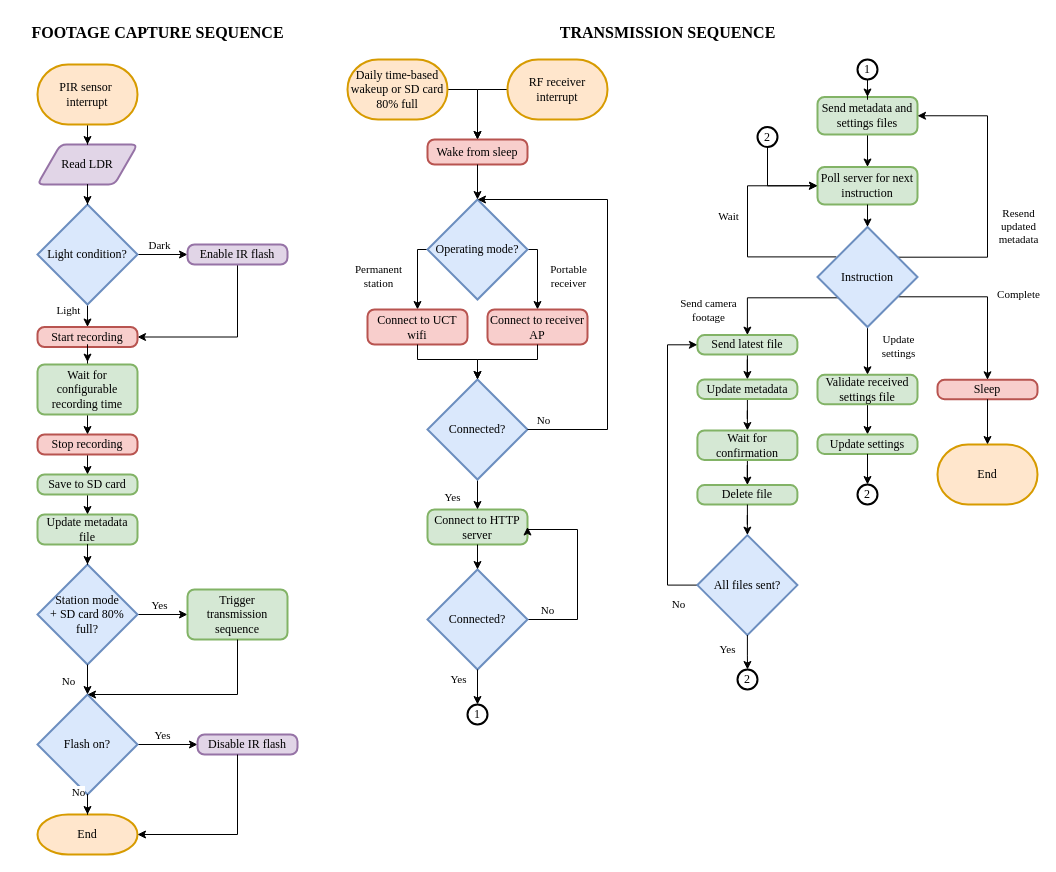
Before: final-report-drafts/robert/drawio/ESP-flow.drawio in rothdu/EEE4113F-Group13-2024, a draw.io diagram. Source tidied: cells renumbered, new cells numbered last; positions are measured from the earlier drawing's top-left corner, leaving out a move shared by most shapes. Both pictures are drawn from the tidied source at 100%, with x=0, y=0 at pixel (17, 17).
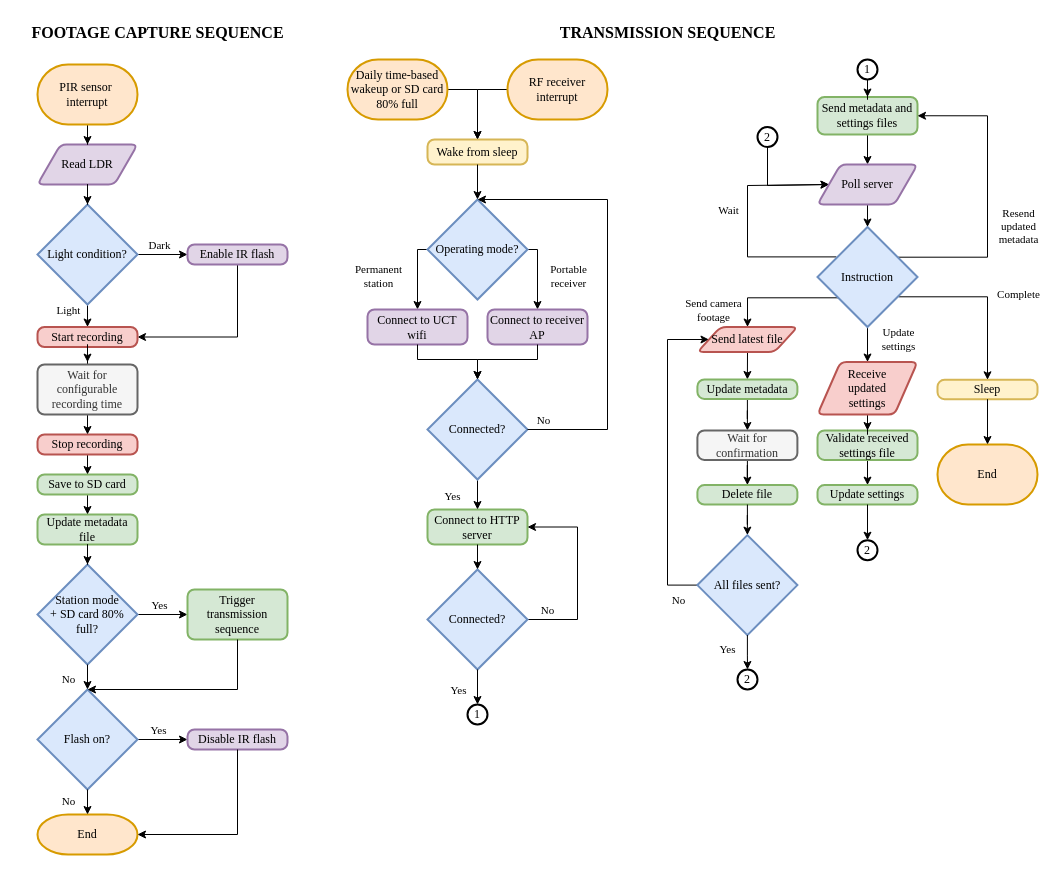
The same diagram, later.

The change refers to these unchanged cells:
```xml
<mxCell id="26" style="edgeStyle=orthogonalEdgeStyle;rounded=0;jettySize=auto;html=1;entryX=0.5;entryY=0;entryDx=0;entryDy=0;entryPerimeter=0;fontFamily=Times New Roman;" parent="1" edge="1" source="17" target="25">
  <mxGeometry relative="1" as="geometry" />
</mxCell>
<mxCell id="39" value="Connect to HTTP server" style="rounded=1;whiteSpace=wrap;html=1;absoluteArcSize=1;arcSize=14;strokeWidth=2;fillColor=#d5e8d4;strokeColor=#82b366;fontFamily=Times New Roman;" parent="1" vertex="1">
  <mxGeometry x="410" y="492" width="100" height="35" as="geometry" />
</mxCell>
<mxCell id="40" style="edgeStyle=orthogonalEdgeStyle;rounded=0;jettySize=auto;html=1;entryX=0.5;entryY=0;entryDx=0;entryDy=0;fontFamily=Times New Roman;" parent="1" edge="1" source="42" target="39">
  <mxGeometry relative="1" as="geometry" />
</mxCell>
<mxCell id="47" value="Connected?" style="strokeWidth=2;html=1;shape=mxgraph.flowchart.decision;whiteSpace=wrap;fontFamily=Times New Roman;fillColor=#dae8fc;strokeColor=#6c8ebf;" parent="1" vertex="1">
  <mxGeometry x="410" y="552" width="100" height="100" as="geometry" />
</mxCell>
<mxCell id="55" value="Send metadata and settings files" style="rounded=1;whiteSpace=wrap;html=1;absoluteArcSize=1;arcSize=14;strokeWidth=2;fillColor=#d5e8d4;strokeColor=#82b366;fontFamily=Times New Roman;" parent="1" vertex="1">
  <mxGeometry x="800" y="79.5" width="100" height="37.5" as="geometry" />
</mxCell>
<mxCell id="61" value="Trigger transmission sequence" style="rounded=1;whiteSpace=wrap;html=1;absoluteArcSize=1;arcSize=14;strokeWidth=2;fillColor=#d5e8d4;strokeColor=#82b366;fontFamily=Times New Roman;" parent="1" vertex="1">
  <mxGeometry x="170" y="572" width="100" height="50" as="geometry" />
</mxCell>
<mxCell id="78" value="Instruction" style="strokeWidth=2;html=1;shape=mxgraph.flowchart.decision;whiteSpace=wrap;fontFamily=Times New Roman;fillColor=#dae8fc;strokeColor=#6c8ebf;" parent="1" vertex="1">
  <mxGeometry x="800" y="209.5" width="100" height="100" as="geometry" />
</mxCell>
<mxCell id="87" value="All files sent?" style="strokeWidth=2;html=1;shape=mxgraph.flowchart.decision;whiteSpace=wrap;fontFamily=Times New Roman;fillColor=#dae8fc;strokeColor=#6c8ebf;" parent="1" vertex="1">
  <mxGeometry x="679.9" y="517.6" width="100" height="100" as="geometry" />
</mxCell>
<mxCell id="89" value="Update metadata" style="rounded=1;whiteSpace=wrap;html=1;absoluteArcSize=1;arcSize=14;strokeWidth=2;fillColor=#d5e8d4;strokeColor=#82b366;fontFamily=Times New Roman;" parent="1" vertex="1">
  <mxGeometry x="679.9" y="362" width="100" height="19.4" as="geometry" />
</mxCell>
<mxCell id="94" value="2" style="strokeWidth=2;html=1;shape=mxgraph.flowchart.start_2;whiteSpace=wrap;fontFamily=Times New Roman;" parent="1" vertex="1">
  <mxGeometry x="740" y="109.5" width="20" height="20" as="geometry" />
</mxCell>
<mxCell id="102" style="edgeStyle=orthogonalEdgeStyle;rounded=0;jettySize=auto;html=1;entryX=0.5;entryY=0;entryDx=0;entryDy=0;entryPerimeter=0;fontFamily=Times New Roman;" parent="1" edge="1" source="47" target="101">
  <mxGeometry relative="1" as="geometry" />
</mxCell>
```

Change to the diagram source:
```diff
@@
     <mxCell id="17" value="Flash on?" style="strokeWidth=2;html=1;shape=mxgraph.flowchart.decision;whiteSpace=wrap;fontFamily=Times New Roman;fillColor=#dae8fc;strokeColor=#6c8ebf;" parent="1" vertex="1">
-      <mxGeometry x="20" y="677" width="100" height="100" as="geometry" />
+      <mxGeometry x="20" y="672" width="100" height="100" as="geometry" />
     </mxCell>
@@
     <mxCell id="21" value="Disable IR flash" style="rounded=1;whiteSpace=wrap;html=1;absoluteArcSize=1;arcSize=14;strokeWidth=2;fillColor=#e1d5e7;strokeColor=#9673a6;fontFamily=Times New Roman;" parent="1" vertex="1">
-      <mxGeometry x="180" y="717" width="100" height="20" as="geometry" />
+      <mxGeometry x="170" y="712" width="100" height="20" as="geometry" />
     </mxCell>
@@
     <mxCell id="27" value="No" style="edgeLabel;html=1;align=center;verticalAlign=middle;fontFamily=Times New Roman;" parent="26" vertex="1">
       <mxGeometry x="0.4" relative="1" as="geometry">
-        <mxPoint x="-10" y="-5" as="offset" />
+        <mxPoint x="-20" y="2" as="offset" />
       </mxGeometry>
     </mxCell>
@@
-    <mxCell id="31" value="Wake from sleep" style="rounded=1;whiteSpace=wrap;html=1;absoluteArcSize=1;arcSize=14;strokeWidth=2;fillColor=#f8cecc;strokeColor=#b85450;fontFamily=Times New Roman;" parent="1" vertex="1">
+    <mxCell id="31" value="Wake from sleep" style="rounded=1;whiteSpace=wrap;html=1;absoluteArcSize=1;arcSize=14;strokeWidth=2;fillColor=#fff2cc;strokeColor=#d6b656;fontFamily=Times New Roman;" parent="1" vertex="1">
       <mxGeometry x="410" y="122" width="100" height="25" as="geometry" />
     </mxCell>
@@
-    <mxCell id="37" value="Connect to UCT wifi" style="rounded=1;whiteSpace=wrap;html=1;absoluteArcSize=1;arcSize=14;strokeWidth=2;fillColor=#f8cecc;strokeColor=#b85450;fontFamily=Times New Roman;" parent="1" vertex="1">
+    <mxCell id="37" value="Connect to UCT wifi" style="rounded=1;whiteSpace=wrap;html=1;absoluteArcSize=1;arcSize=14;strokeWidth=2;fillColor=#e1d5e7;strokeColor=#9673a6;fontFamily=Times New Roman;" parent="1" vertex="1">
       <mxGeometry x="350" y="292" width="100" height="35" as="geometry" />
     </mxCell>
-    <mxCell id="38" value="Connect to receiver AP" style="rounded=1;whiteSpace=wrap;html=1;absoluteArcSize=1;arcSize=14;strokeWidth=2;fillColor=#f8cecc;strokeColor=#b85450;fontFamily=Times New Roman;" parent="1" vertex="1">
+    <mxCell id="38" value="Connect to receiver AP" style="rounded=1;whiteSpace=wrap;html=1;absoluteArcSize=1;arcSize=14;strokeWidth=2;fillColor=#e1d5e7;strokeColor=#9673a6;fontFamily=Times New Roman;" parent="1" vertex="1">
       <mxGeometry x="470" y="292" width="100" height="35" as="geometry" />
     </mxCell>
@@
     <mxCell id="41" value="Yes" style="edgeLabel;html=1;align=center;verticalAlign=middle;fontFamily=Times New Roman;" parent="40" vertex="1">
       <mxGeometry x="-0.22" y="3" relative="1" as="geometry">
-        <mxPoint x="-23" y="-3" as="offset" />
+        <mxPoint x="-23" y="-4" as="offset" />
       </mxGeometry>
     </mxCell>
@@
-    <mxCell id="44" value="Sleep" style="rounded=1;whiteSpace=wrap;html=1;absoluteArcSize=1;arcSize=14;strokeWidth=2;fillColor=#f8cecc;strokeColor=#b85450;fontFamily=Times New Roman;" parent="1" vertex="1">
+    <mxCell id="44" value="Sleep" style="rounded=1;whiteSpace=wrap;html=1;absoluteArcSize=1;arcSize=14;strokeWidth=2;fillColor=#fff2cc;strokeColor=#d6b656;fontFamily=Times New Roman;" parent="1" vertex="1">
       <mxGeometry x="920" y="362.3" width="100" height="19.4" as="geometry" />
     </mxCell>
     <mxCell id="45" style="edgeStyle=orthogonalEdgeStyle;rounded=0;jettySize=auto;html=1;entryX=1;entryY=0.5;entryDx=0;entryDy=0;exitX=1;exitY=0.5;exitDx=0;exitDy=0;exitPerimeter=0;fontFamily=Times New Roman;" parent="1" edge="1" source="47" target="39">
       <mxGeometry relative="1" as="geometry">
         <Array as="points">
           <mxPoint x="560" y="602" />
-          <mxPoint x="560" y="512" />
+          <mxPoint x="560" y="510" />
         </Array>
       </mxGeometry>
     </mxCell>
@@
-    <mxCell id="54" style="edgeStyle=orthogonalEdgeStyle;rounded=0;jettySize=auto;html=1;entryX=0.5;entryY=0;entryDx=0;entryDy=0;fontFamily=Times New Roman;" parent="1" edge="1" source="55" target="67">
+    <mxCell id="54" style="edgeStyle=orthogonalEdgeStyle;rounded=0;jettySize=auto;html=1;fontFamily=Times New Roman;entryX=0.5;entryY=0;entryDx=0;entryDy=0;" parent="1" edge="1" source="55" target="110">
       <mxGeometry relative="1" as="geometry" />
     </mxCell>
@@
     <mxCell id="64" style="edgeStyle=orthogonalEdgeStyle;rounded=0;jettySize=auto;html=1;entryX=0.5;entryY=0;entryDx=0;entryDy=0;entryPerimeter=0;fontFamily=Times New Roman;" parent="1" edge="1" source="61" target="17">
       <mxGeometry relative="1" as="geometry">
         <Array as="points">
-          <mxPoint x="220" y="677" />
+          <mxPoint x="220" y="672" />
         </Array>
       </mxGeometry>
     </mxCell>
@@
-    <mxCell id="66" value="Wait for configurable recording time" style="rounded=1;whiteSpace=wrap;html=1;absoluteArcSize=1;arcSize=14;strokeWidth=2;fillColor=#d5e8d4;strokeColor=#82b366;fontFamily=Times New Roman;" parent="1" vertex="1">
+    <mxCell id="66" value="Wait for configurable recording time" style="rounded=1;whiteSpace=wrap;html=1;absoluteArcSize=1;arcSize=14;strokeWidth=2;fillColor=#f5f5f5;strokeColor=#666666;fontFamily=Times New Roman;fontColor=#333333;" parent="1" vertex="1">
       <mxGeometry x="20" y="347" width="100" height="50" as="geometry" />
     </mxCell>
-    <mxCell id="67" value="Poll server for next instruction" style="rounded=1;whiteSpace=wrap;html=1;absoluteArcSize=1;arcSize=14;strokeWidth=2;fillColor=#d5e8d4;strokeColor=#82b366;fontFamily=Times New Roman;" parent="1" vertex="1">
-      <mxGeometry x="800" y="149.5" width="100" height="37.5" as="geometry" />
-    </mxCell>
-    <mxCell id="68" style="edgeStyle=orthogonalEdgeStyle;rounded=0;jettySize=auto;html=1;entryX=0.5;entryY=0;entryDx=0;entryDy=0;exitX=0.196;exitY=0.699;exitDx=0;exitDy=0;exitPerimeter=0;fontFamily=Times New Roman;" parent="1" edge="1" source="78" target="80">
-      <mxGeometry relative="1" as="geometry">
-        <Array as="points">
-          <mxPoint x="850" y="279.5" />
-        </Array>
-      </mxGeometry>
-    </mxCell>
-    <mxCell id="69" value="Update&lt;br&gt;settings" style="edgeLabel;html=1;align=center;verticalAlign=middle;fontFamily=Times New Roman;" parent="68" vertex="1">
-      <mxGeometry x="0.53" y="-2" relative="1" as="geometry">
-        <mxPoint x="32" y="-4" as="offset" />
-      </mxGeometry>
-    </mxCell>
-    <mxCell id="70" style="edgeStyle=orthogonalEdgeStyle;rounded=0;jettySize=auto;html=1;entryX=0;entryY=0.5;entryDx=0;entryDy=0;exitX=0.189;exitY=0.299;exitDx=0;exitDy=0;exitPerimeter=0;fontFamily=Times New Roman;" parent="1" edge="1" source="78" target="67">
+    <mxCell id="70" style="edgeStyle=orthogonalEdgeStyle;rounded=0;jettySize=auto;html=1;entryX=0;entryY=0.5;entryDx=0;entryDy=0;exitX=0.189;exitY=0.299;exitDx=0;exitDy=0;exitPerimeter=0;fontFamily=Times New Roman;" parent="1" edge="1" source="78" target="110">
       <mxGeometry relative="1" as="geometry">
         <Array as="points">
           <mxPoint x="730" y="239" />
           <mxPoint x="730" y="168" />
+          <mxPoint x="812" y="168" />
         </Array>
       </mxGeometry>
     </mxCell>
@@
-    <mxCell id="74" style="edgeStyle=orthogonalEdgeStyle;rounded=0;jettySize=auto;html=1;entryX=0.5;entryY=0;entryDx=0;entryDy=0;exitX=0.775;exitY=0.708;exitDx=0;exitDy=0;exitPerimeter=0;fontFamily=Times New Roman;" parent="1" edge="1" source="78" target="84">
+    <mxCell id="74" style="edgeStyle=orthogonalEdgeStyle;rounded=0;jettySize=auto;html=1;exitX=0.775;exitY=0.708;exitDx=0;exitDy=0;exitPerimeter=0;fontFamily=Times New Roman;entryX=0.5;entryY=0;entryDx=0;entryDy=0;" parent="1" edge="1" source="78" target="84">
       <mxGeometry relative="1" as="geometry">
         <Array as="points">
-          <mxPoint x="730" y="280.5" />
+          <mxPoint x="730" y="280" />
         </Array>
       </mxGeometry>
     </mxCell>
@@
+    <mxCell id="109" style="edgeStyle=orthogonalEdgeStyle;rounded=0;jettySize=auto;html=1;entryX=0.5;entryY=0;entryDx=0;entryDy=0;fontFamily=Times New Roman;" parent="1" edge="1" source="78" target="112">
+      <mxGeometry relative="1" as="geometry" />
+    </mxCell>
+    <mxCell id="69" value="&lt;div&gt;Update&lt;/div&gt;&lt;div&gt;settings&lt;br&gt;&lt;/div&gt;" style="edgeLabel;html=1;align=center;verticalAlign=middle;fontFamily=Times New Roman;" parent="109" vertex="1">
+      <mxGeometry x="-0.45" relative="1" as="geometry">
+        <mxPoint x="30" as="offset" />
+      </mxGeometry>
+    </mxCell>
@@
     <mxCell id="80" value="Validate received settings file" style="rounded=1;whiteSpace=wrap;html=1;absoluteArcSize=1;arcSize=14;strokeWidth=2;fillColor=#d5e8d4;strokeColor=#82b366;fontFamily=Times New Roman;" parent="1" vertex="1">
-      <mxGeometry x="800" y="357.3" width="100" height="29.4" as="geometry" />
+      <mxGeometry x="800" y="413" width="100" height="29.4" as="geometry" />
     </mxCell>
     <mxCell id="81" value="Update settings" style="rounded=1;whiteSpace=wrap;html=1;absoluteArcSize=1;arcSize=14;strokeWidth=2;fillColor=#d5e8d4;strokeColor=#82b366;fontFamily=Times New Roman;" parent="1" vertex="1">
-      <mxGeometry x="800" y="417" width="100" height="19.4" as="geometry" />
+      <mxGeometry x="800" y="467.6" width="100" height="19.4" as="geometry" />
     </mxCell>
-    <mxCell id="82" style="edgeStyle=orthogonalEdgeStyle;rounded=0;jettySize=auto;html=1;entryX=0.5;entryY=0;entryDx=0;entryDy=0;entryPerimeter=0;fontFamily=Times New Roman;" parent="1" edge="1" source="67" target="78">
+    <mxCell id="82" style="edgeStyle=orthogonalEdgeStyle;rounded=0;jettySize=auto;html=1;entryX=0.5;entryY=0;entryDx=0;entryDy=0;entryPerimeter=0;fontFamily=Times New Roman;exitX=0.5;exitY=1;exitDx=0;exitDy=0;" parent="1" edge="1" source="110" target="78">
       <mxGeometry relative="1" as="geometry" />
     </mxCell>
-    <mxCell id="83" style="edgeStyle=orthogonalEdgeStyle;rounded=0;jettySize=auto;html=1;entryX=0.5;entryY=0;entryDx=0;entryDy=0;fontFamily=Times New Roman;" parent="1" edge="1" source="84" target="89">
+    <mxCell id="83" style="edgeStyle=orthogonalEdgeStyle;rounded=0;jettySize=auto;html=1;entryX=0.5;entryY=0;entryDx=0;entryDy=0;fontFamily=Times New Roman;exitX=0.5;exitY=1;exitDx=0;exitDy=0;" parent="1" edge="1" source="84" target="89">
       <mxGeometry relative="1" as="geometry" />
     </mxCell>
-    <mxCell id="84" value="Send latest file" style="rounded=1;whiteSpace=wrap;html=1;absoluteArcSize=1;arcSize=14;strokeWidth=2;fillColor=#d5e8d4;strokeColor=#82b366;fontFamily=Times New Roman;" parent="1" vertex="1">
-      <mxGeometry x="679.9" y="317.6" width="100" height="19.4" as="geometry" />
-    </mxCell>
-    <mxCell id="85" style="edgeStyle=orthogonalEdgeStyle;rounded=0;jettySize=auto;html=1;entryX=0;entryY=0.5;entryDx=0;entryDy=0;exitX=0;exitY=0.5;exitDx=0;exitDy=0;exitPerimeter=0;fontFamily=Times New Roman;" parent="1" edge="1" source="87" target="84">
+    <mxCell id="85" style="edgeStyle=orthogonalEdgeStyle;rounded=0;jettySize=auto;html=1;exitX=0;exitY=0.5;exitDx=0;exitDy=0;exitPerimeter=0;fontFamily=Times New Roman;entryX=0;entryY=0.5;entryDx=0;entryDy=0;" parent="1" edge="1" source="87" target="84">
       <mxGeometry relative="1" as="geometry">
         <Array as="points">
           <mxPoint x="650" y="568" />
-          <mxPoint x="650" y="327" />
+          <mxPoint x="650" y="322" />
         </Array>
       </mxGeometry>
     </mxCell>
@@
-    <mxCell id="93" style="edgeStyle=orthogonalEdgeStyle;rounded=0;jettySize=auto;html=1;entryX=0;entryY=0.5;entryDx=0;entryDy=0;fontFamily=Times New Roman;" parent="1" edge="1" source="94" target="67">
+    <mxCell id="93" style="edgeStyle=orthogonalEdgeStyle;rounded=0;jettySize=auto;html=1;entryX=0;entryY=0.5;entryDx=0;entryDy=0;fontFamily=Times New Roman;" parent="1" edge="1" source="94" target="110">
       <mxGeometry relative="1" as="geometry">
         <Array as="points">
           <mxPoint x="750" y="168" />
+          <mxPoint x="812" y="168" />
         </Array>
       </mxGeometry>
     </mxCell>
@@
-    <mxCell id="98" value="Wait for confirmation" style="rounded=1;whiteSpace=wrap;html=1;absoluteArcSize=1;arcSize=14;strokeWidth=2;fillColor=#d5e8d4;strokeColor=#82b366;fontFamily=Times New Roman;" parent="1" vertex="1">
+    <mxCell id="98" value="Wait for confirmation" style="rounded=1;whiteSpace=wrap;html=1;absoluteArcSize=1;arcSize=14;strokeWidth=2;fillColor=#f5f5f5;strokeColor=#666666;fontFamily=Times New Roman;fontColor=#333333;" parent="1" vertex="1">
       <mxGeometry x="679.9" y="413" width="100" height="29.4" as="geometry" />
     </mxCell>
     <mxCell id="99" value="2" style="strokeWidth=2;html=1;shape=mxgraph.flowchart.start_2;whiteSpace=wrap;fontFamily=Times New Roman;" parent="1" vertex="1">
-      <mxGeometry x="840" y="467" width="20" height="20" as="geometry" />
+      <mxGeometry x="840" y="522.7" width="20" height="20" as="geometry" />
     </mxCell>
@@
     <mxCell id="103" value="Yes" style="edgeLabel;html=1;align=center;verticalAlign=middle;fontFamily=Times New Roman;" parent="102" vertex="1">
       <mxGeometry x="0.36" y="-3" relative="1" as="geometry">
-        <mxPoint x="-17" y="-12" as="offset" />
+        <mxPoint x="-17" y="-1" as="offset" />
       </mxGeometry>
     </mxCell>
@@
-    <mxCell id="107" value="&lt;font style=&quot;font-size: 16px;&quot; face=&quot;Times New Roman&quot;&gt;&lt;b&gt;FOOTAGE CAPTURE SEQUENCE&lt;/b&gt;&lt;/font&gt;" style="text;html=1;align=center;verticalAlign=middle;strokeColor=none;fillColor=none;" parent="1" vertex="1">
+    <mxCell id="107" value="&lt;font style=&quot;font-size: 16px;&quot;&gt;&lt;b&gt;FOOTAGE CAPTURE SEQUENCE&lt;/b&gt;&lt;/font&gt;" style="text;html=1;align=center;verticalAlign=middle;strokeColor=none;fillColor=none;fontFamily=Times New Roman;" parent="1" vertex="1">
       <mxGeometry width="280" height="30" as="geometry" />
     </mxCell>
-    <mxCell id="108" value="&lt;font style=&quot;font-size: 16px;&quot; face=&quot;Times New Roman&quot;&gt;&lt;b&gt;TRANSMISSION SEQUENCE&lt;/b&gt;&lt;/font&gt;&lt;font style=&quot;font-size: 16px;&quot; face=&quot;Times New Roman&quot;&gt;&lt;b&gt;&lt;br&gt;&lt;/b&gt;&lt;/font&gt;" style="text;html=1;align=center;verticalAlign=middle;strokeColor=none;fillColor=none;" parent="1" vertex="1">
+    <mxCell id="108" value="&lt;font style=&quot;font-size: 16px;&quot;&gt;&lt;b&gt;TRANSMISSION SEQUENCE&lt;/b&gt;&lt;/font&gt;&lt;font style=&quot;font-size: 16px;&quot;&gt;&lt;b&gt;&lt;br&gt;&lt;/b&gt;&lt;/font&gt;" style="text;html=1;align=center;verticalAlign=middle;strokeColor=none;fillColor=none;fontFamily=Times New Roman;" parent="1" vertex="1">
       <mxGeometry x="530" width="240" height="30" as="geometry" />
     </mxCell>
+    <mxCell id="110" value="&lt;div&gt;Poll server&lt;br&gt;&lt;/div&gt;" style="shape=parallelogram;html=1;strokeWidth=2;perimeter=parallelogramPerimeter;whiteSpace=wrap;rounded=1;arcSize=12;size=0.23;fillColor=#e1d5e7;strokeColor=#9673a6;fontFamily=Times New Roman;" parent="1" vertex="1">
+      <mxGeometry x="800" y="147" width="100" height="40" as="geometry" />
+    </mxCell>
+    <mxCell id="84" value="Send latest file" style="shape=parallelogram;html=1;strokeWidth=2;perimeter=parallelogramPerimeter;whiteSpace=wrap;rounded=1;arcSize=12;size=0.23;fillColor=#f8cecc;strokeColor=#b85450;fontFamily=Times New Roman;" parent="1" vertex="1">
+      <mxGeometry x="680" y="309.5" width="100" height="25" as="geometry" />
+    </mxCell>
+    <mxCell id="111" style="edgeStyle=orthogonalEdgeStyle;rounded=0;jettySize=auto;html=1;entryX=0.5;entryY=0;entryDx=0;entryDy=0;fontFamily=Times New Roman;" parent="1" edge="1" source="112" target="80">
+      <mxGeometry relative="1" as="geometry" />
+    </mxCell>
+    <mxCell id="112" value="&lt;div&gt;Receive &lt;br&gt;&lt;/div&gt;&lt;div&gt;updated&lt;/div&gt;&lt;div&gt;settings&lt;br&gt;&lt;/div&gt;" style="shape=parallelogram;html=1;strokeWidth=2;perimeter=parallelogramPerimeter;whiteSpace=wrap;rounded=1;arcSize=12;size=0.23;fillColor=#f8cecc;strokeColor=#b85450;fontFamily=Times New Roman;" parent="1" vertex="1">
+      <mxGeometry x="800" y="344.5" width="100" height="52.5" as="geometry" />
+    </mxCell>
```
